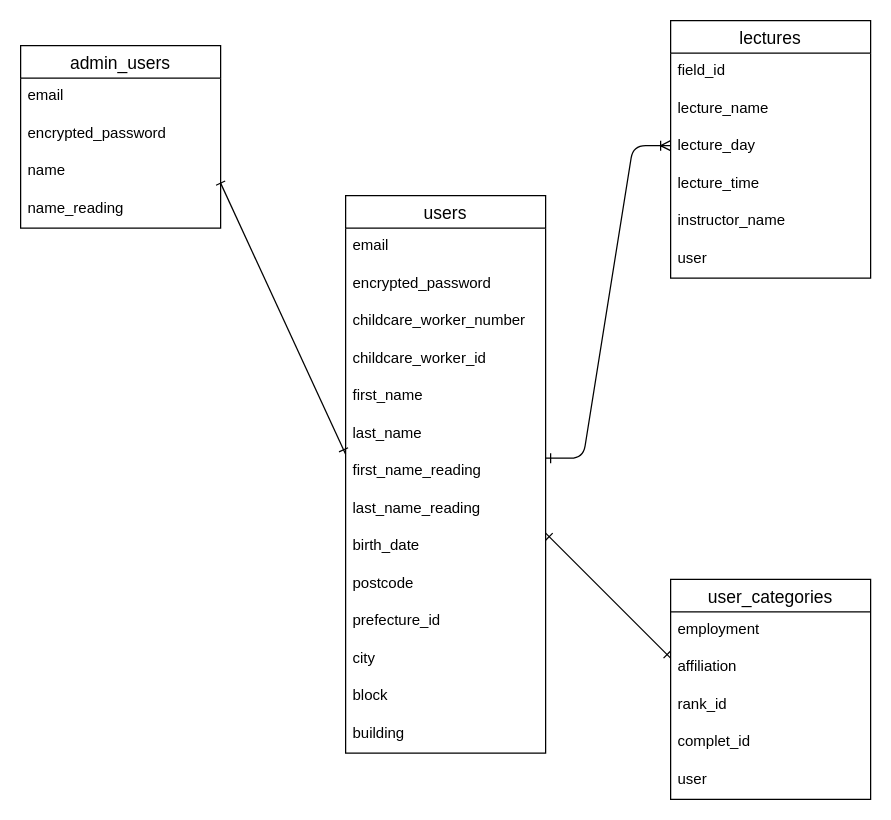
Above: ER.dio in akiraOOyuu/professional-care (draw.io), before the change. Source tidied: cells renumbered, new cells numbered last; positions are measured from the earlier drawing's top-left corner, leaving out a move shared by most shapes. Both pictures are drawn from the tidied source at 125%, with x=0, y=0 at pixel (20, 20).
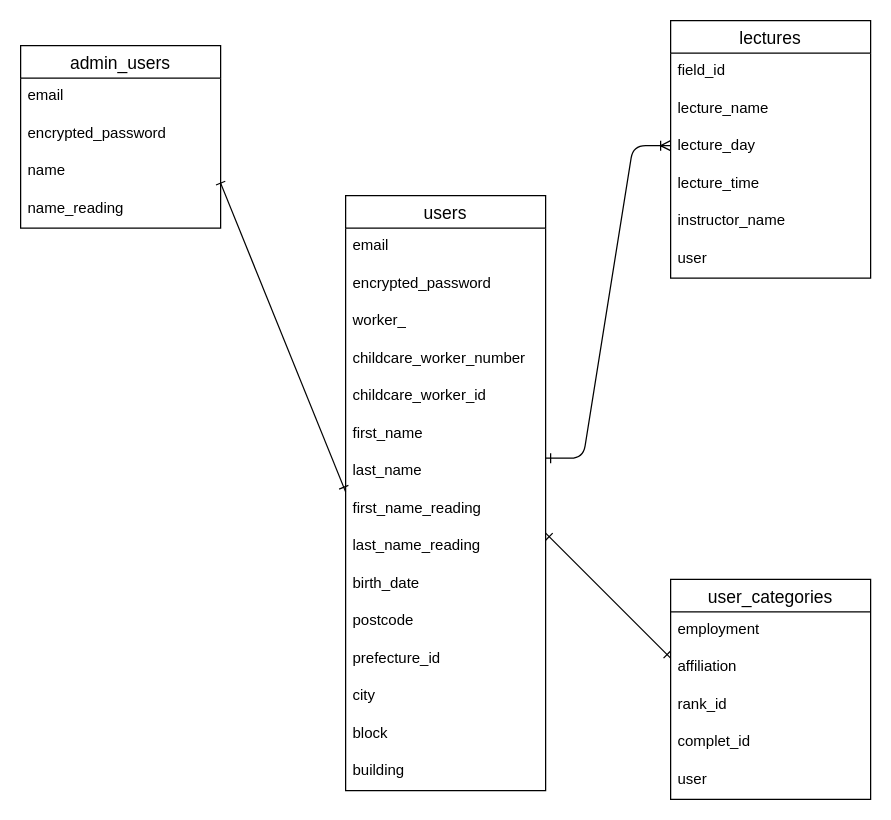
The same diagram, later.

Diff of the diagram source:
```diff
@@
     <mxCell id="7" value="users" style="swimlane;fontStyle=0;horizontal=1;startSize=26;align=center;fontSize=14;" parent="1" vertex="1">
-      <mxGeometry x="260" y="140" width="160" height="446" as="geometry" />
+      <mxGeometry x="260" y="140" width="160" height="476" as="geometry" />
     </mxCell>
@@
+    <mxCell id="38" value="worker_" style="text;strokeColor=none;fillColor=none;spacingLeft=4;spacingRight=4;overflow=hidden;fontSize=12;" parent="7" vertex="1">
+      <mxGeometry y="86" width="160" height="30" as="geometry" />
+    </mxCell>
     <mxCell id="10" value="childcare_worker_number" style="text;strokeColor=none;fillColor=none;spacingLeft=4;spacingRight=4;overflow=hidden;fontSize=12;" parent="7" vertex="1">
-      <mxGeometry y="86" width="160" height="30" as="geometry" />
+      <mxGeometry y="116" width="160" height="30" as="geometry" />
     </mxCell>
     <mxCell id="11" value="childcare_worker_id" style="text;strokeColor=none;fillColor=none;spacingLeft=4;spacingRight=4;overflow=hidden;fontSize=12;" parent="7" vertex="1">
-      <mxGeometry y="116" width="160" height="30" as="geometry" />
+      <mxGeometry y="146" width="160" height="30" as="geometry" />
     </mxCell>
     <mxCell id="12" value="first_name" style="text;strokeColor=none;fillColor=none;spacingLeft=4;spacingRight=4;overflow=hidden;fontSize=12;" parent="7" vertex="1">
-      <mxGeometry y="146" width="160" height="30" as="geometry" />
+      <mxGeometry y="176" width="160" height="30" as="geometry" />
     </mxCell>
     <mxCell id="13" value="last_name" style="text;strokeColor=none;fillColor=none;spacingLeft=4;spacingRight=4;overflow=hidden;fontSize=12;" parent="7" vertex="1">
-      <mxGeometry y="176" width="160" height="30" as="geometry" />
+      <mxGeometry y="206" width="160" height="30" as="geometry" />
     </mxCell>
     <mxCell id="14" value="first_name_reading" style="text;strokeColor=none;fillColor=none;spacingLeft=4;spacingRight=4;overflow=hidden;points=[[0,0.5],[1,0.5]];portConstraint=eastwest;fontSize=12;" parent="7" vertex="1">
-      <mxGeometry y="206" width="160" height="30" as="geometry" />
+      <mxGeometry y="236" width="160" height="30" as="geometry" />
     </mxCell>
     <mxCell id="15" value="last_name_reading" style="text;strokeColor=none;fillColor=none;spacingLeft=4;spacingRight=4;overflow=hidden;fontSize=12;" parent="7" vertex="1">
-      <mxGeometry y="236" width="160" height="30" as="geometry" />
+      <mxGeometry y="266" width="160" height="30" as="geometry" />
     </mxCell>
     <mxCell id="16" value="birth_date" style="text;strokeColor=none;fillColor=none;spacingLeft=4;spacingRight=4;overflow=hidden;fontSize=12;" parent="7" vertex="1">
-      <mxGeometry y="266" width="160" height="30" as="geometry" />
+      <mxGeometry y="296" width="160" height="30" as="geometry" />
     </mxCell>
     <mxCell id="17" value="postcode" style="text;strokeColor=none;fillColor=none;spacingLeft=4;spacingRight=4;overflow=hidden;fontSize=12;" parent="7" vertex="1">
-      <mxGeometry y="296" width="160" height="30" as="geometry" />
+      <mxGeometry y="326" width="160" height="30" as="geometry" />
     </mxCell>
     <mxCell id="18" value="prefecture_id" style="text;strokeColor=none;fillColor=none;spacingLeft=4;spacingRight=4;overflow=hidden;fontSize=12;" parent="7" vertex="1">
-      <mxGeometry y="326" width="160" height="30" as="geometry" />
+      <mxGeometry y="356" width="160" height="30" as="geometry" />
     </mxCell>
     <mxCell id="19" value="city" style="text;strokeColor=none;fillColor=none;spacingLeft=4;spacingRight=4;overflow=hidden;fontSize=12;" parent="7" vertex="1">
-      <mxGeometry y="356" width="160" height="30" as="geometry" />
+      <mxGeometry y="386" width="160" height="30" as="geometry" />
     </mxCell>
     <mxCell id="20" value="block" style="text;strokeColor=none;fillColor=none;spacingLeft=4;spacingRight=4;overflow=hidden;fontSize=12;" parent="7" vertex="1">
-      <mxGeometry y="386" width="160" height="30" as="geometry" />
+      <mxGeometry y="416" width="160" height="30" as="geometry" />
     </mxCell>
     <mxCell id="21" value="building" style="text;strokeColor=none;fillColor=none;spacingLeft=4;spacingRight=4;overflow=hidden;fontSize=12;" parent="7" vertex="1">
-      <mxGeometry y="416" width="160" height="30" as="geometry" />
+      <mxGeometry y="446" width="160" height="30" as="geometry" />
     </mxCell>
```
